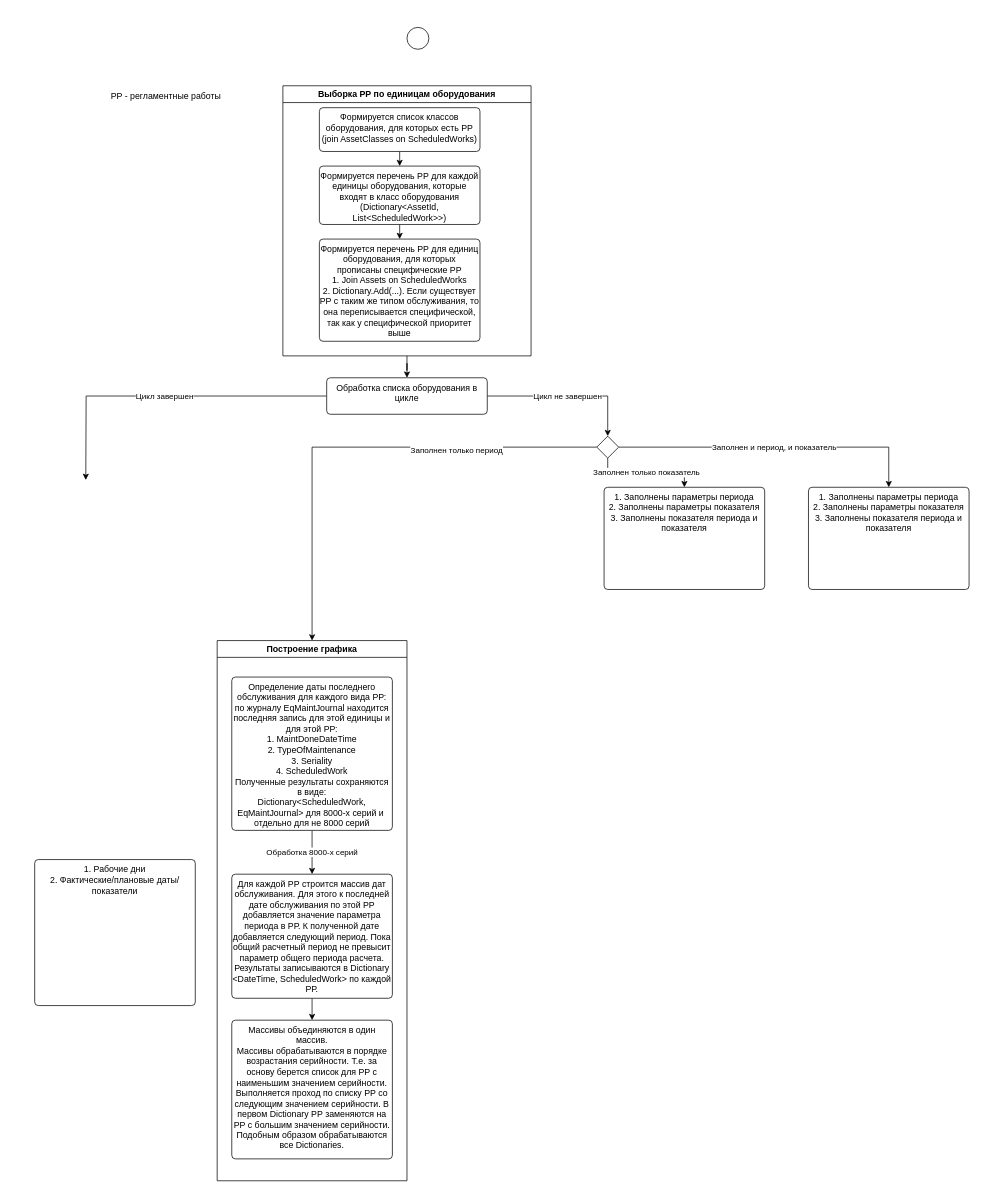
Before: page "Обработка РР.v.4" (2 of 3) of maint/Обработка РР. v.4.drawio in tvolodi-ab/ASCOA, a draw.io diagram. Source tidied: cells renumbered, new cells numbered last; positions are measured from the earlier drawing's top-left corner, leaving out a move shared by most shapes. Both pictures are drawn from the tidied source at 73%, with x=0, y=0 at pixel (34, 27).
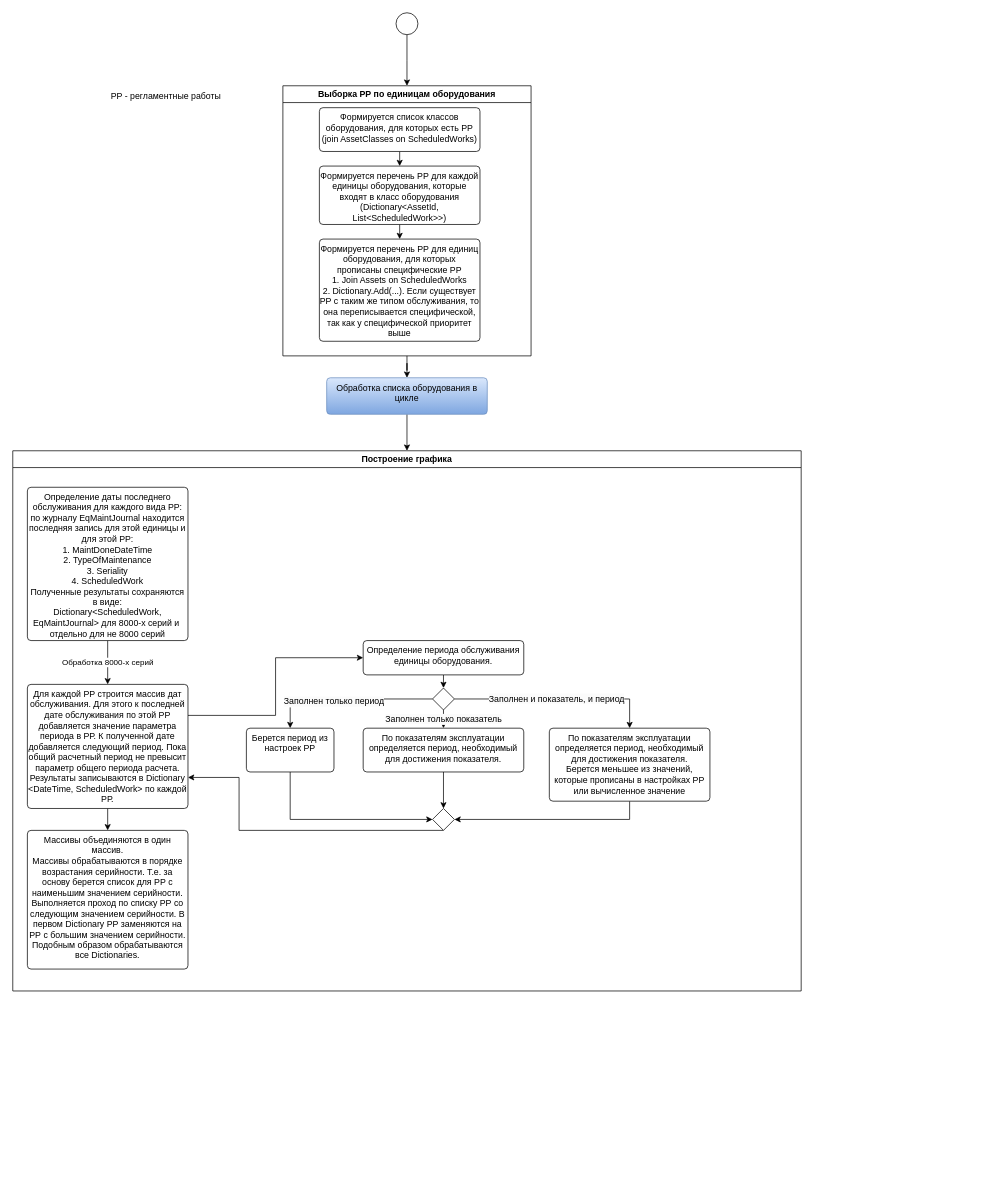
The same diagram, later.

Commit message (it also covers changes not shown here):
Procedure to calc WO schedule

Unchanged cells that the change refers to:
```xml
<mxCell id="5" value="&lt;span style=&quot;background-color: rgb(255, 255, 255);&quot;&gt;Выборка РР по единицам оборудования&lt;/span&gt;" style="swimlane;whiteSpace=wrap;html=1;" parent="1" vertex="1">
  <mxGeometry x="340" y="80" width="340" height="370" as="geometry" />
</mxCell>
<mxCell id="15" value="Для каждой РР строится массив дат обслуживания. Для этого к последней дате обслуживания по этой РР добавляется значение параметра периода в РР. К полученной дате добавляется следующий период. Пока общий расчетный период не превысит параметр общего периода расчета.&lt;br&gt;Результаты записываются в Dictionary &amp;lt;DateTime, ScheduledWork&amp;gt; по каждой РР." style="html=1;align=center;verticalAlign=top;rounded=1;absoluteArcSize=1;arcSize=10;dashed=0;whiteSpace=wrap;" parent="11" vertex="1">
  <mxGeometry x="20" y="320" width="220" height="170" as="geometry" />
</mxCell>
```

Diff of the diagram source:
```diff
@@
+    <mxCell id="28" style="edgeStyle=elbowEdgeStyle;rounded=0;jettySize=auto;html=1;exitX=0.5;exitY=1;exitDx=0;exitDy=0;entryX=0.5;entryY=0;entryDx=0;entryDy=0;" parent="1" edge="1" source="2" target="5">
+      <mxGeometry relative="1" as="geometry" />
+    </mxCell>
     <mxCell id="2" style="ellipse;" parent="1" vertex="1">
-      <mxGeometry x="510" width="30" height="30" as="geometry" />
+      <mxGeometry x="495" y="-20" width="30" height="30" as="geometry" />
     </mxCell>
@@
     <mxCell id="11" value="Построение графика" style="swimlane;whiteSpace=wrap;html=1;" parent="1" vertex="1">
-      <mxGeometry x="250" y="840" width="260" height="740" as="geometry" />
+      <mxGeometry x="-30" y="580" width="1080" height="740" as="geometry" />
     </mxCell>
@@
+    <mxCell id="29" style="edgeStyle=orthogonalEdgeStyle;rounded=0;jettySize=auto;html=1;exitX=1;exitY=0.25;exitDx=0;exitDy=0;entryX=0;entryY=0.5;entryDx=0;entryDy=0;" parent="11" edge="1" source="15" target="31">
+      <mxGeometry relative="1" as="geometry" />
+    </mxCell>
@@
-    <mxCell id="17" value="Заполнен и период, и показатель" style="edgeStyle=orthogonalEdgeStyle;rounded=0;jettySize=auto;html=1;exitX=1;exitY=0.5;exitDx=0;exitDy=0;entryX=0.5;entryY=0;entryDx=0;entryDy=0;" parent="1" edge="1" source="21" target="26">
-      <mxGeometry relative="1" as="geometry" />
-    </mxCell>
+    <mxCell id="30" style="edgeStyle=orthogonalEdgeStyle;rounded=0;jettySize=auto;html=1;exitX=0.5;exitY=1;exitDx=0;exitDy=0;entryX=0.5;entryY=0;entryDx=0;entryDy=0;" parent="11" edge="1" source="31" target="34">
+      <mxGeometry relative="1" as="geometry" />
+    </mxCell>
+    <mxCell id="31" value="Определение периода обслуживания единицы оборудования." style="html=1;align=center;verticalAlign=top;rounded=1;absoluteArcSize=1;arcSize=10;dashed=0;whiteSpace=wrap;" parent="11" vertex="1">
+      <mxGeometry x="480" y="260" width="220" height="47" as="geometry" />
+    </mxCell>
+    <mxCell id="32" style="edgeStyle=orthogonalEdgeStyle;rounded=0;jettySize=auto;html=1;exitX=0;exitY=0.5;exitDx=0;exitDy=0;entryX=0.5;entryY=0;entryDx=0;entryDy=0;" parent="11" edge="1" source="34" target="36">
+      <mxGeometry relative="1" as="geometry" />
+    </mxCell>
+    <mxCell id="20" value="&lt;span style=&quot;font-size: 12px; background-color: rgb(251, 251, 251);&quot;&gt;Заполнен только период&lt;/span&gt;" style="edgeLabel;html=1;align=center;verticalAlign=middle;" parent="32" vertex="1">
+      <mxGeometry x="0.16" y="3" relative="1" as="geometry" />
+    </mxCell>
-    <mxCell id="18" value="Заполнен только показатель" style="edgeStyle=orthogonalEdgeStyle;rounded=0;jettySize=auto;html=1;exitX=0.5;exitY=1;exitDx=0;exitDy=0;" parent="1" edge="1" source="21" target="25">
+    <mxCell id="18" value="&lt;span style=&quot;font-size: 12px; background-color: rgb(251, 251, 251);&quot;&gt;Заполнен только показатель&lt;/span&gt;" style="edgeStyle=orthogonalEdgeStyle;rounded=0;jettySize=auto;html=1;exitX=0.5;exitY=1;exitDx=0;exitDy=0;entryX=0.5;entryY=0;entryDx=0;entryDy=0;" parent="11" edge="1" source="34" target="38">
       <mxGeometry relative="1" as="geometry" />
     </mxCell>
+    <mxCell id="33" value="&lt;span style=&quot;font-size: 12px; background-color: rgb(251, 251, 251);&quot;&gt;Заполнен и показатель, и период&lt;/span&gt;" style="edgeStyle=orthogonalEdgeStyle;rounded=0;jettySize=auto;html=1;exitX=1;exitY=0.5;exitDx=0;exitDy=0;" parent="11" edge="1" source="34" target="40">
+      <mxGeometry relative="1" as="geometry" />
+    </mxCell>
+    <mxCell id="34" style="rhombus;" parent="11" vertex="1">
+      <mxGeometry x="575" y="325" width="30" height="30" as="geometry" />
+    </mxCell>
+    <mxCell id="35" style="edgeStyle=orthogonalEdgeStyle;rounded=0;jettySize=auto;html=1;exitX=0.5;exitY=1;exitDx=0;exitDy=0;entryX=0;entryY=0.5;entryDx=0;entryDy=0;" parent="11" edge="1" source="36" target="42">
+      <mxGeometry relative="1" as="geometry" />
+    </mxCell>
+    <mxCell id="36" value="Берется период из настроек РР" style="html=1;align=center;verticalAlign=top;rounded=1;absoluteArcSize=1;arcSize=10;dashed=0;whiteSpace=wrap;" parent="11" vertex="1">
+      <mxGeometry x="320" y="380" width="120" height="60" as="geometry" />
+    </mxCell>
+    <mxCell id="37" style="edgeStyle=orthogonalEdgeStyle;rounded=0;jettySize=auto;html=1;exitX=0.5;exitY=1;exitDx=0;exitDy=0;entryX=0.5;entryY=0;entryDx=0;entryDy=0;" parent="11" edge="1" source="38" target="42">
+      <mxGeometry relative="1" as="geometry" />
+    </mxCell>
+    <mxCell id="38" value="По показателям эксплуатации определяется период, необходимый для достижения показателя." style="html=1;align=center;verticalAlign=top;rounded=1;absoluteArcSize=1;arcSize=10;dashed=0;whiteSpace=wrap;" parent="11" vertex="1">
+      <mxGeometry x="480" y="380" width="220" height="60" as="geometry" />
+    </mxCell>
+    <mxCell id="39" style="edgeStyle=orthogonalEdgeStyle;rounded=0;jettySize=auto;html=1;exitX=0.5;exitY=1;exitDx=0;exitDy=0;entryX=1;entryY=0.5;entryDx=0;entryDy=0;" parent="11" edge="1" source="40" target="42">
+      <mxGeometry relative="1" as="geometry" />
+    </mxCell>
+    <mxCell id="40" value="По показателям эксплуатации определяется период, необходимый для достижения показателя.&lt;br&gt;Берется меньшее из значений, которые прописаны в настройках РР или вычисленное значение" style="html=1;align=center;verticalAlign=top;rounded=1;absoluteArcSize=1;arcSize=10;dashed=0;whiteSpace=wrap;" parent="11" vertex="1">
+      <mxGeometry x="735" y="380" width="220" height="100" as="geometry" />
+    </mxCell>
+    <mxCell id="41" style="edgeStyle=elbowEdgeStyle;rounded=0;jettySize=auto;html=1;exitX=0.5;exitY=1;exitDx=0;exitDy=0;entryX=1;entryY=0.75;entryDx=0;entryDy=0;" parent="11" edge="1" source="42" target="15">
+      <mxGeometry x="0.79" y="113" relative="1" as="geometry">
+        <Array as="points">
+          <mxPoint x="310" y="500" />
+          <mxPoint x="310" y="530" />
+        </Array>
+      </mxGeometry>
+    </mxCell>
+    <mxCell id="42" style="rhombus;" parent="11" vertex="1">
+      <mxGeometry x="575" y="490" width="30" height="30" as="geometry" />
+    </mxCell>
-    <mxCell id="19" style="edgeStyle=orthogonalEdgeStyle;rounded=0;jettySize=auto;html=1;exitX=0;exitY=0.5;exitDx=0;exitDy=0;entryX=0.5;entryY=0;entryDx=0;entryDy=0;" parent="1" edge="1" source="21" target="11">
+    <mxCell id="19" style="edgeStyle=orthogonalEdgeStyle;rounded=0;jettySize=auto;html=1;exitX=0.5;exitY=1;exitDx=0;exitDy=0;entryX=0.5;entryY=0;entryDx=0;entryDy=0;" parent="1" edge="1" source="24" target="11">
       <mxGeometry relative="1" as="geometry" />
     </mxCell>
-    <mxCell id="20" value="Заполнен только период" style="edgeLabel;html=1;align=center;verticalAlign=middle;" parent="19" vertex="1">
-      <mxGeometry x="-0.41" y="3" relative="1" as="geometry" />
-    </mxCell>
-    <mxCell id="21" style="rhombus;" parent="1" vertex="1">
-      <mxGeometry x="770" y="560" width="30" height="30" as="geometry" />
-    </mxCell>
-    <mxCell id="22" value="Цикл не завершен" style="edgeStyle=orthogonalEdgeStyle;rounded=0;jettySize=auto;html=1;exitX=1;exitY=0.5;exitDx=0;exitDy=0;entryX=0.5;entryY=0;entryDx=0;entryDy=0;" parent="1" edge="1" source="24" target="21">
-      <mxGeometry relative="1" as="geometry" />
-    </mxCell>
-    <mxCell id="23" value="Цикл завершен" style="edgeStyle=orthogonalEdgeStyle;rounded=0;jettySize=auto;html=1;exitX=0;exitY=0.5;exitDx=0;exitDy=0;" parent="1" edge="1" source="24">
-      <mxGeometry relative="1" as="geometry">
-        <mxPoint x="70" y="620" as="targetPoint" />
-      </mxGeometry>
-    </mxCell>
-    <mxCell id="24" value="Обработка списка оборудования в цикле" style="html=1;align=center;verticalAlign=top;rounded=1;absoluteArcSize=1;arcSize=10;dashed=0;whiteSpace=wrap;" parent="1" vertex="1">
+    <mxCell id="24" value="Обработка списка оборудования в цикле" style="html=1;align=center;verticalAlign=top;rounded=1;absoluteArcSize=1;arcSize=10;dashed=0;whiteSpace=wrap;fillColor=#dae8fc;gradientColor=#7ea6e0;strokeColor=#6c8ebf;" parent="1" vertex="1">
       <mxGeometry x="400" y="480" width="220" height="50" as="geometry" />
     </mxCell>
-    <mxCell id="25" value="1. Заполнены параметры периода&lt;br&gt;2. Заполнены параметры показателя&lt;br&gt;3. Заполнены показателя периода и показателя" style="html=1;align=center;verticalAlign=top;rounded=1;absoluteArcSize=1;arcSize=10;dashed=0;whiteSpace=wrap;" parent="1" vertex="1">
-      <mxGeometry x="780" y="630" width="220" height="140" as="geometry" />
-    </mxCell>
-    <mxCell id="26" value="1. Заполнены параметры периода&lt;br&gt;2. Заполнены параметры показателя&lt;br&gt;3. Заполнены показателя периода и показателя" style="html=1;align=center;verticalAlign=top;rounded=1;absoluteArcSize=1;arcSize=10;dashed=0;whiteSpace=wrap;" parent="1" vertex="1">
-      <mxGeometry x="1060" y="630" width="220" height="140" as="geometry" />
-    </mxCell>
-    <mxCell id="27" value="1. Рабочие дни&lt;br&gt;2. Фактические/плановые даты/показатели" style="html=1;align=center;verticalAlign=top;rounded=1;absoluteArcSize=1;arcSize=10;dashed=0;whiteSpace=wrap;" parent="1" vertex="1">
-      <mxGeometry y="1140" width="220" height="200" as="geometry" />
-    </mxCell>
```
